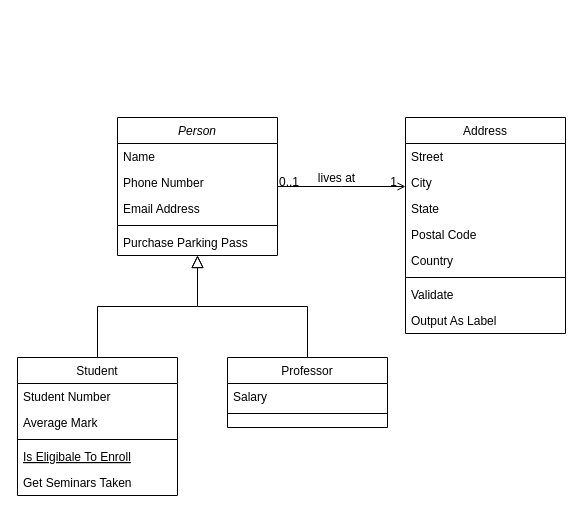
JamsherBhanbhro/LintCode keeps this draw.io diagram as Untitled Diagram.drawio. Above is the earlier version. Source tidied: cells renumbered, new cells numbered last; positions are measured from the earlier drawing's top-left corner, leaving out a move shared by most shapes. Both pictures are drawn from the tidied source at 100%, with x=0, y=0 at pixel (17, 117).
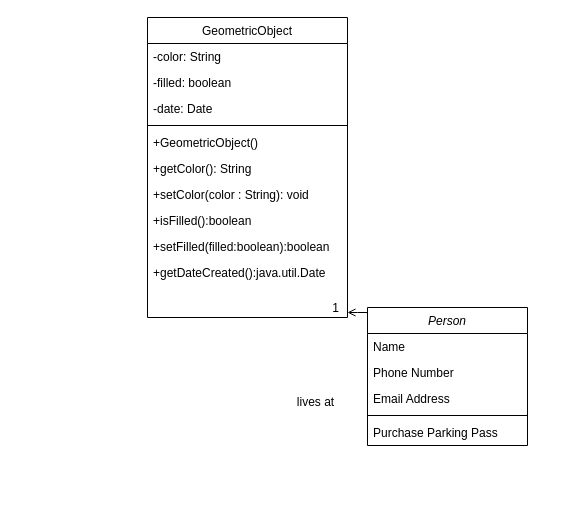
After the change.

The edit, as a diff of the source:
```diff
@@
+    <mxCell id="28" style="endArrow=open;shadow=0;strokeWidth=1;rounded=0;endFill=1;edgeStyle=elbowEdgeStyle;elbow=vertical;" parent="1" edge="1" source="2" target="19">
+      <mxGeometry x="0.5" y="41" relative="1" as="geometry">
+        <mxPoint x="-40" y="32" as="offset" />
+      </mxGeometry>
+    </mxCell>
+    <mxCell id="30" value="1" style="align=right;verticalAlign=bottom;labelBackgroundColor=none;fontSize=12;" parent="28" vertex="1">
+      <mxGeometry x="1" relative="1" as="geometry">
+        <mxPoint x="-7" y="4" as="offset" />
+      </mxGeometry>
+    </mxCell>
+    <mxCell id="31" value="lives at" style="text;html=1;align=center;verticalAlign=middle;labelBackgroundColor=none;rounded=0;shadow=0;strokeWidth=1;fontSize=12;" parent="28" vertex="1">
+      <mxGeometry x="0.5" y="49" relative="1" as="geometry">
+        <mxPoint x="-38" y="40" as="offset" />
+      </mxGeometry>
+    </mxCell>
+    <mxCell id="19" value="GeometricObject" style="swimlane;fontStyle=0;align=center;verticalAlign=top;horizontal=1;startSize=26;rounded=0;shadow=0;strokeWidth=1;" parent="1" vertex="1">
+      <mxGeometry x="130" y="-100" width="200" height="300" as="geometry" />
+    </mxCell>
+    <mxCell id="22" value="-color: String" style="text;align=left;verticalAlign=top;spacingLeft=4;spacingRight=4;overflow=hidden;rounded=0;shadow=0;html=0;" parent="19" vertex="1">
+      <mxGeometry y="26" width="200" height="26" as="geometry" />
+    </mxCell>
+    <mxCell id="23" value="-filled: boolean" style="text;align=left;verticalAlign=top;spacingLeft=4;spacingRight=4;overflow=hidden;rounded=0;shadow=0;html=0;" parent="19" vertex="1">
+      <mxGeometry y="52" width="200" height="26" as="geometry" />
+    </mxCell>
+    <mxCell id="24" value="-date: Date" style="text;align=left;verticalAlign=top;spacingLeft=4;spacingRight=4;overflow=hidden;rounded=0;shadow=0;html=0;" parent="19" vertex="1">
+      <mxGeometry y="78" width="200" height="26" as="geometry" />
+    </mxCell>
+    <mxCell id="25" style="line;html=1;strokeWidth=1;align=left;verticalAlign=middle;spacingTop=-1;spacingLeft=3;spacingRight=3;labelPosition=right;" parent="19" vertex="1">
+      <mxGeometry y="104" width="200" height="8" as="geometry" />
+    </mxCell>
+    <mxCell id="26" value="+GeometricObject()" style="text;align=left;verticalAlign=top;spacingLeft=4;spacingRight=4;overflow=hidden;" parent="19" vertex="1">
+      <mxGeometry y="112" width="200" height="26" as="geometry" />
+    </mxCell>
+    <mxCell id="32" value="+getColor(): String" style="text;align=left;verticalAlign=top;spacingLeft=4;spacingRight=4;overflow=hidden;" parent="19" vertex="1">
+      <mxGeometry y="138" width="200" height="26" as="geometry" />
+    </mxCell>
+    <mxCell id="33" value="+setColor(color : String): void" style="text;align=left;verticalAlign=top;spacingLeft=4;spacingRight=4;overflow=hidden;" parent="19" vertex="1">
+      <mxGeometry y="164" width="200" height="26" as="geometry" />
+    </mxCell>
+    <mxCell id="34" value="+isFilled():boolean" style="text;align=left;verticalAlign=top;spacingLeft=4;spacingRight=4;overflow=hidden;" parent="19" vertex="1">
+      <mxGeometry y="190" width="200" height="26" as="geometry" />
+    </mxCell>
+    <mxCell id="35" value="+setFilled(filled:boolean):boolean" style="text;align=left;verticalAlign=top;spacingLeft=4;spacingRight=4;overflow=hidden;" parent="19" vertex="1">
+      <mxGeometry y="216" width="200" height="26" as="geometry" />
+    </mxCell>
+    <mxCell id="36" value="+getDateCreated():java.util.Date" style="text;align=left;verticalAlign=top;spacingLeft=4;spacingRight=4;overflow=hidden;" parent="19" vertex="1">
+      <mxGeometry y="242" width="200" height="26" as="geometry" />
+    </mxCell>
     <mxCell id="2" value="Person" style="swimlane;fontStyle=2;align=center;verticalAlign=top;horizontal=1;startSize=26;rounded=0;shadow=0;strokeWidth=1;" parent="1" vertex="1">
-      <mxGeometry x="100" width="160" height="138" as="geometry" />
+      <mxGeometry x="350" y="190" width="160" height="138" as="geometry" />
     </mxCell>
@@
-    <mxCell id="8" value="Student" style="swimlane;fontStyle=0;align=center;verticalAlign=top;horizontal=1;startSize=26;rounded=0;shadow=0;strokeWidth=1;" parent="1" vertex="1">
-      <mxGeometry y="240" width="160" height="138" as="geometry" />
-    </mxCell>
-    <mxCell id="9" value="Student Number" style="text;align=left;verticalAlign=top;spacingLeft=4;spacingRight=4;overflow=hidden;" parent="8" vertex="1">
-      <mxGeometry y="26" width="160" height="26" as="geometry" />
-    </mxCell>
-    <mxCell id="10" value="Average Mark" style="text;align=left;verticalAlign=top;spacingLeft=4;spacingRight=4;overflow=hidden;rounded=0;shadow=0;html=0;" parent="8" vertex="1">
-      <mxGeometry y="52" width="160" height="26" as="geometry" />
-    </mxCell>
-    <mxCell id="11" style="line;html=1;strokeWidth=1;align=left;verticalAlign=middle;spacingTop=-1;spacingLeft=3;spacingRight=3;labelPosition=right;" parent="8" vertex="1">
-      <mxGeometry y="78" width="160" height="8" as="geometry" />
-    </mxCell>
-    <mxCell id="12" value="Is Eligibale To Enroll" style="text;align=left;verticalAlign=top;spacingLeft=4;spacingRight=4;overflow=hidden;fontStyle=4;" parent="8" vertex="1">
-      <mxGeometry y="86" width="160" height="26" as="geometry" />
-    </mxCell>
-    <mxCell id="13" value="Get Seminars Taken" style="text;align=left;verticalAlign=top;spacingLeft=4;spacingRight=4;overflow=hidden;" parent="8" vertex="1">
-      <mxGeometry y="112" width="160" height="26" as="geometry" />
-    </mxCell>
-    <mxCell id="14" style="endArrow=block;endSize=10;endFill=0;shadow=0;strokeWidth=1;rounded=0;edgeStyle=elbowEdgeStyle;elbow=vertical;" parent="1" edge="1" source="8" target="2">
-      <mxGeometry relative="1" as="geometry" />
-    </mxCell>
-    <mxCell id="15" value="Professor" style="swimlane;fontStyle=0;align=center;verticalAlign=top;horizontal=1;startSize=26;rounded=0;shadow=0;strokeWidth=1;" parent="1" vertex="1">
-      <mxGeometry x="210" y="240" width="160" height="70" as="geometry" />
-    </mxCell>
-    <mxCell id="16" value="Salary" style="text;align=left;verticalAlign=top;spacingLeft=4;spacingRight=4;overflow=hidden;" parent="15" vertex="1">
-      <mxGeometry y="26" width="160" height="26" as="geometry" />
-    </mxCell>
-    <mxCell id="17" style="line;html=1;strokeWidth=1;align=left;verticalAlign=middle;spacingTop=-1;spacingLeft=3;spacingRight=3;labelPosition=right;" parent="15" vertex="1">
-      <mxGeometry y="52" width="160" height="8" as="geometry" />
-    </mxCell>
-    <mxCell id="18" style="endArrow=block;endSize=10;endFill=0;shadow=0;strokeWidth=1;rounded=0;edgeStyle=elbowEdgeStyle;elbow=vertical;" parent="1" edge="1" source="15" target="2">
-      <mxGeometry relative="1" as="geometry" />
-    </mxCell>
-    <mxCell id="19" value="Address" style="swimlane;fontStyle=0;align=center;verticalAlign=top;horizontal=1;startSize=26;rounded=0;shadow=0;strokeWidth=1;" parent="1" vertex="1">
-      <mxGeometry x="388" width="160" height="216" as="geometry" />
-    </mxCell>
-    <mxCell id="20" value="Street" style="text;align=left;verticalAlign=top;spacingLeft=4;spacingRight=4;overflow=hidden;" parent="19" vertex="1">
-      <mxGeometry y="26" width="160" height="26" as="geometry" />
-    </mxCell>
-    <mxCell id="21" value="City" style="text;align=left;verticalAlign=top;spacingLeft=4;spacingRight=4;overflow=hidden;rounded=0;shadow=0;html=0;" parent="19" vertex="1">
-      <mxGeometry y="52" width="160" height="26" as="geometry" />
-    </mxCell>
-    <mxCell id="22" value="State" style="text;align=left;verticalAlign=top;spacingLeft=4;spacingRight=4;overflow=hidden;rounded=0;shadow=0;html=0;" parent="19" vertex="1">
-      <mxGeometry y="78" width="160" height="26" as="geometry" />
-    </mxCell>
-    <mxCell id="23" value="Postal Code" style="text;align=left;verticalAlign=top;spacingLeft=4;spacingRight=4;overflow=hidden;rounded=0;shadow=0;html=0;" parent="19" vertex="1">
-      <mxGeometry y="104" width="160" height="26" as="geometry" />
-    </mxCell>
-    <mxCell id="24" value="Country" style="text;align=left;verticalAlign=top;spacingLeft=4;spacingRight=4;overflow=hidden;rounded=0;shadow=0;html=0;" parent="19" vertex="1">
-      <mxGeometry y="130" width="160" height="26" as="geometry" />
-    </mxCell>
-    <mxCell id="25" style="line;html=1;strokeWidth=1;align=left;verticalAlign=middle;spacingTop=-1;spacingLeft=3;spacingRight=3;labelPosition=right;" parent="19" vertex="1">
-      <mxGeometry y="156" width="160" height="8" as="geometry" />
-    </mxCell>
-    <mxCell id="26" value="Validate" style="text;align=left;verticalAlign=top;spacingLeft=4;spacingRight=4;overflow=hidden;" parent="19" vertex="1">
-      <mxGeometry y="164" width="160" height="26" as="geometry" />
-    </mxCell>
-    <mxCell id="27" value="Output As Label" style="text;align=left;verticalAlign=top;spacingLeft=4;spacingRight=4;overflow=hidden;" parent="19" vertex="1">
-      <mxGeometry y="190" width="160" height="26" as="geometry" />
-    </mxCell>
-    <mxCell id="28" style="endArrow=open;shadow=0;strokeWidth=1;rounded=0;endFill=1;edgeStyle=elbowEdgeStyle;elbow=vertical;" parent="1" edge="1" source="2" target="19">
-      <mxGeometry x="0.5" y="41" relative="1" as="geometry">
-        <mxPoint x="-40" y="32" as="offset" />
-      </mxGeometry>
-    </mxCell>
-    <mxCell id="29" value="0..1" style="align=left;verticalAlign=bottom;labelBackgroundColor=none;fontSize=12;" parent="28" vertex="1">
-      <mxGeometry x="-1" relative="1" as="geometry">
-        <mxPoint y="4" as="offset" />
-      </mxGeometry>
-    </mxCell>
-    <mxCell id="30" value="1" style="align=right;verticalAlign=bottom;labelBackgroundColor=none;fontSize=12;" parent="28" vertex="1">
-      <mxGeometry x="1" relative="1" as="geometry">
-        <mxPoint x="-7" y="4" as="offset" />
-      </mxGeometry>
-    </mxCell>
-    <mxCell id="31" value="lives at" style="text;html=1;align=center;verticalAlign=middle;labelBackgroundColor=none;rounded=0;shadow=0;strokeWidth=1;fontSize=12;" parent="28" vertex="1">
-      <mxGeometry x="0.5" y="49" relative="1" as="geometry">
-        <mxPoint x="-38" y="40" as="offset" />
-      </mxGeometry>
-    </mxCell>
```
